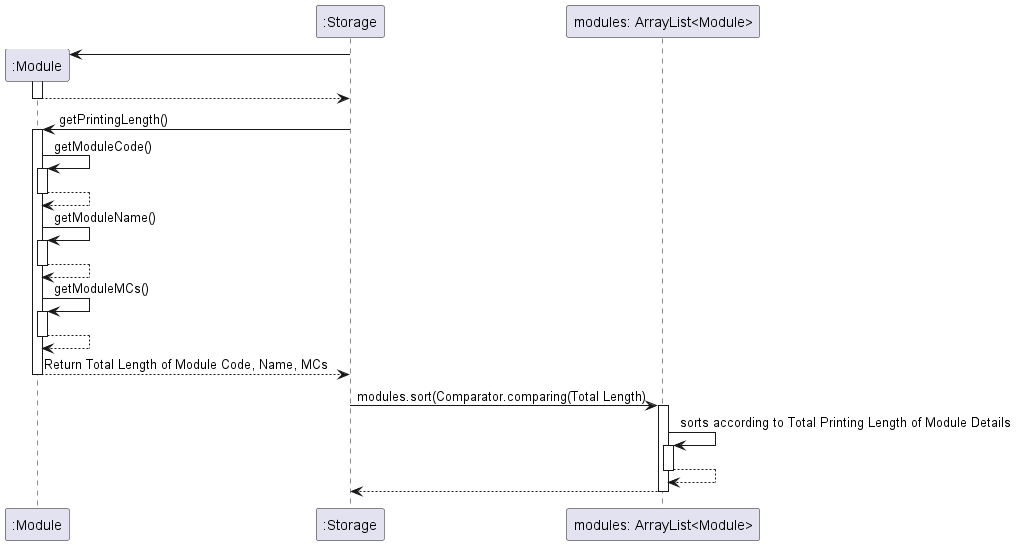
The PlantUML diagram docs/diagrams/Miscellaneous/SortModulesAccordingToPrintingLengthFunction.png in nus-cs2113-AY2223S2/tp, before a commit.
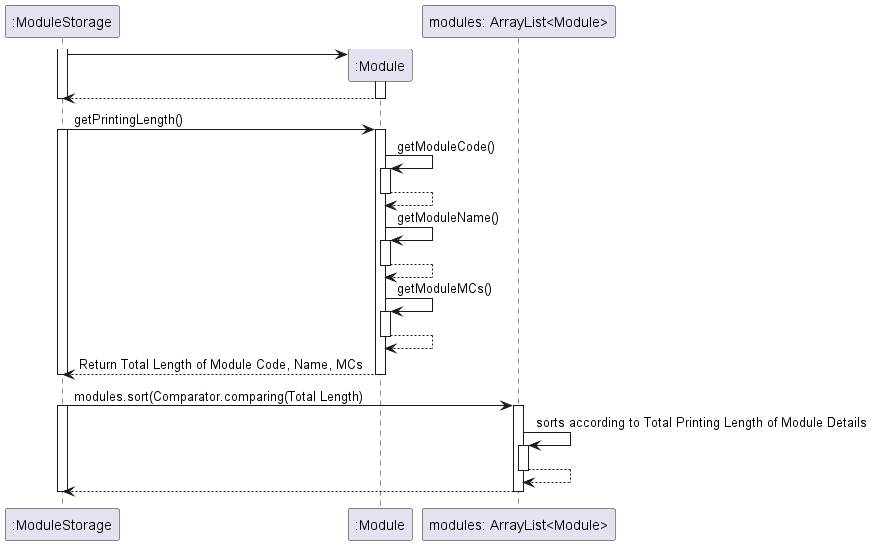
Above is the later version.

Commit message:
Changed Sequence Diagram to show ModuleStorage instead of Storage

The edit, as a diff of the source:
```diff
@@ -1,14 +1,16 @@
 @startuml
 
 
+activate ":ModuleStorage"
+create ":Module"
+":ModuleStorage" -> ":Module"
+activate ":Module"
+":ModuleStorage" <-- ":Module"
+deactivate ":Module"
+deactivate ":ModuleStorage"
 
-create ":Module"
-":Storage" -> ":Module"
-activate ":Module"
-":Storage" <-- ":Module"
-deactivate ":Module"
-
-":Storage" -> ":Module": getPrintingLength()
+":ModuleStorage" -> ":Module": getPrintingLength()
+activate ":ModuleStorage"
 activate ":Module"
 
     ":Module" -> ":Module": getModuleCode()
@@ -26,21 +28,22 @@
     ":Module" --> ":Module"
     deactivate ":Module"
 
-":Storage" <-- ":Module": Return Total Length of Module Code, Name, MCs
+":ModuleStorage" <-- ":Module": Return Total Length of Module Code, Name, MCs
 deactivate ":Module"
+deactivate ":ModuleStorage"
 
 
 
 
-
-":Storage" -> "modules: ArrayList<Module>": modules.sort(Comparator.comparing(Total Length)
+":ModuleStorage" -> "modules: ArrayList<Module>": modules.sort(Comparator.comparing(Total Length)
+activate ":ModuleStorage"
 activate "modules: ArrayList<Module>"
 "modules: ArrayList<Module>" -> "modules: ArrayList<Module>": sorts according to Total Printing Length of Module Details
 activate "modules: ArrayList<Module>"
 "modules: ArrayList<Module>" --> "modules: ArrayList<Module>"
 deactivate "modules: ArrayList<Module>"
 
-":Storage" <-- "modules: ArrayList<Module>"
+":ModuleStorage" <-- "modules: ArrayList<Module>"
 deactivate "modules: ArrayList<Module>"
-
+deactivate ":ModuleStorage"
 @enduml
```
